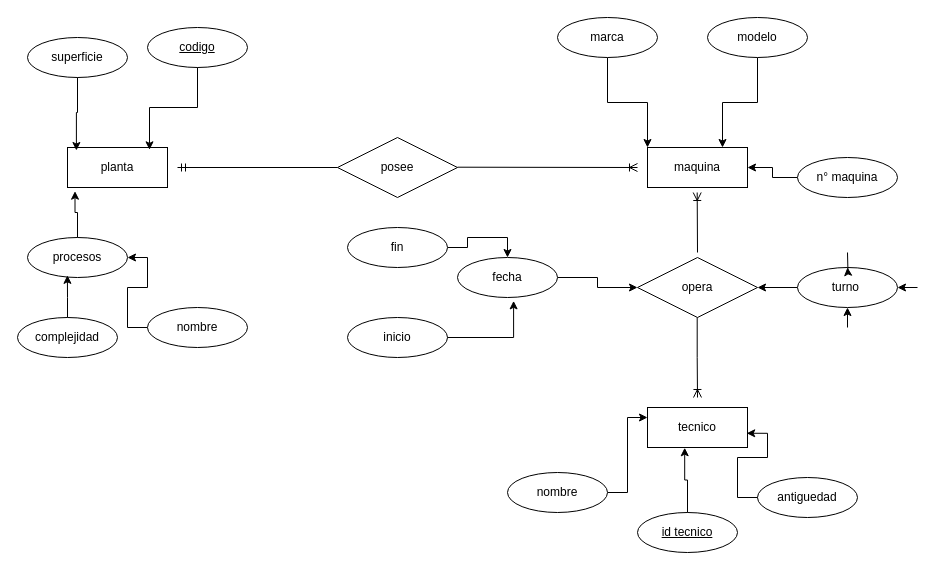
This is tp4.drawio from mk07088/bd1, a draw.io file, before an edit. Source tidied: cells renumbered, new cells numbered last; positions are measured from the earlier drawing's top-left corner, leaving out a move shared by most shapes. Both pictures are drawn from the tidied source at 100%, with x=0, y=0 at pixel (17, 17).
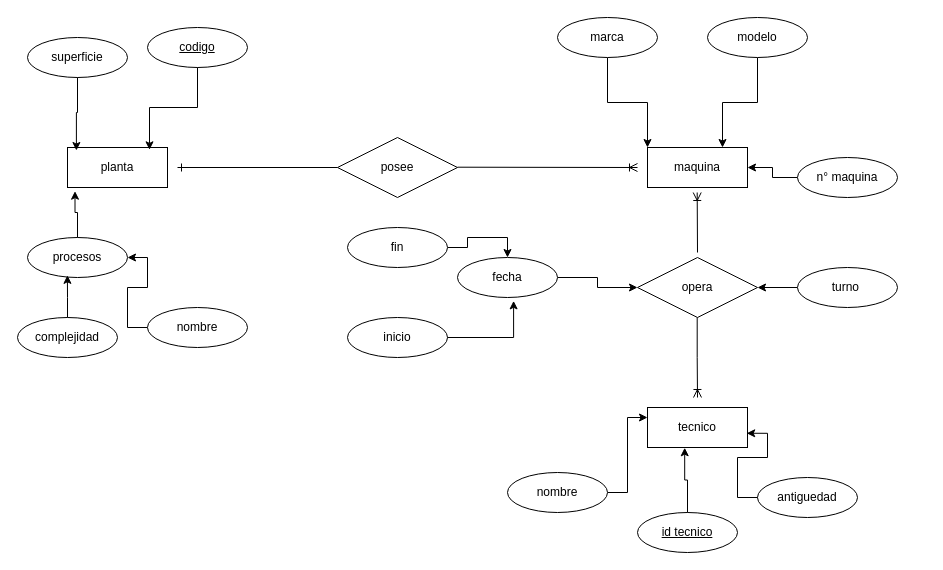
Above is the later version.

Unchanged cells that the change refers to:
```xml
<mxCell id="34" value="turno&amp;nbsp;" style="ellipse;whiteSpace=wrap;html=1;align=center;" parent="1" vertex="1">
  <mxGeometry x="780" y="250" width="100" height="40" as="geometry" />
</mxCell>
```

What changed in the source:
```diff
@@
-    <mxCell id="15" style="endArrow=none;html=1;rounded=0;startArrow=ERmandOne;startFill=0;" parent="1" edge="1">
+    <mxCell id="15" style="endArrow=none;html=1;rounded=0;startArrow=ERone;startFill=0;" parent="1" edge="1">
       <mxGeometry relative="1" as="geometry">
         <mxPoint x="160" y="150" as="sourcePoint" />
         <mxPoint x="320" y="150" as="targetPoint" />
       </mxGeometry>
     </mxCell>
@@
-    <mxCell id="35" style="edgeStyle=orthogonalEdgeStyle;rounded=0;jettySize=auto;html=1;entryX=0.5;entryY=1;entryDx=0;entryDy=0;" parent="1" edge="1" target="34">
-      <mxGeometry relative="1" as="geometry">
-        <mxPoint x="830" y="310" as="sourcePoint" />
-      </mxGeometry>
-    </mxCell>
-    <mxCell id="36" style="edgeStyle=orthogonalEdgeStyle;rounded=0;jettySize=auto;html=1;" parent="1" edge="1" target="34">
-      <mxGeometry relative="1" as="geometry">
-        <mxPoint x="830" y="235" as="sourcePoint" />
-      </mxGeometry>
-    </mxCell>
-    <mxCell id="37" style="edgeStyle=orthogonalEdgeStyle;rounded=0;jettySize=auto;html=1;entryX=1;entryY=0.5;entryDx=0;entryDy=0;" parent="1" edge="1" target="34">
-      <mxGeometry relative="1" as="geometry">
-        <mxPoint x="900" y="270" as="sourcePoint" />
-      </mxGeometry>
-    </mxCell>
```
